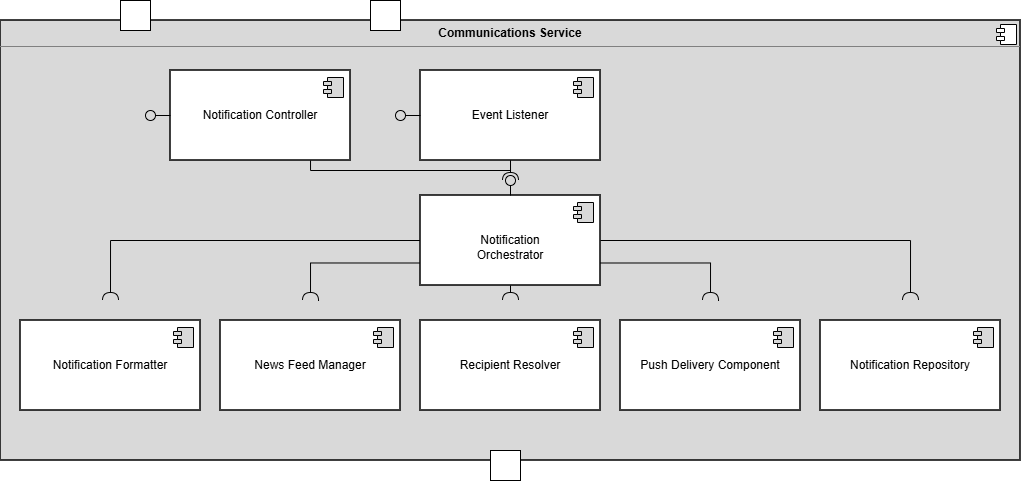
Earlier version of the draw.io export 04_QA_Review/Pending_Review/ES_M1_Team6_NotificationNews.drawio.png (JmmonJeremy/CareerBound-SDD). Source tidied: cells renumbered, new cells last; positions are measured from the earlier drawing's top-left corner, leaving out a move shared by most shapes.
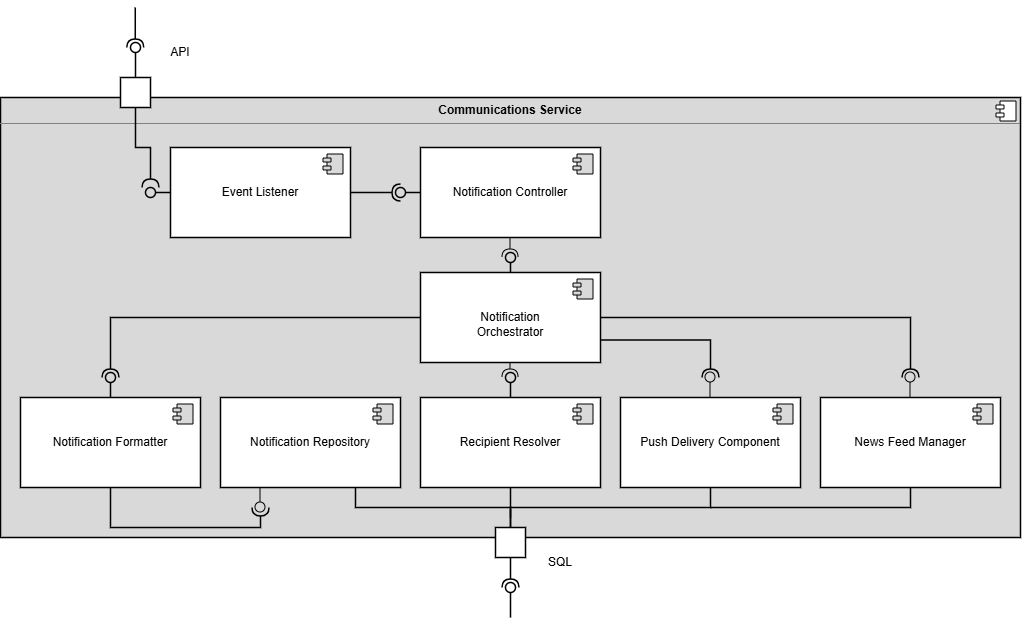
After the change.

Commit message:
communications service

Diff of the diagram source:
```diff
@@ -10,15 +10,7 @@
         <mxPoint x="-24" y="4" as="offset" />
       </mxGeometry>
     </mxCell>
-    <mxCell id="4" style="edgeStyle=orthogonalEdgeStyle;rounded=0;jettySize=auto;html=1;endArrow=none;endFill=0;" parent="1" edge="1" source="5">
-      <mxGeometry relative="1" as="geometry">
-        <mxPoint x="510" y="160" as="targetPoint" />
-        <Array as="points">
-          <mxPoint x="310" y="170" />
-        </Array>
-      </mxGeometry>
-    </mxCell>
-    <mxCell id="5" value="&lt;div&gt;Notification Controller&lt;/div&gt;" style="html=1;whiteSpace=wrap;strokeWidth=1.5;" parent="1" vertex="1">
+    <mxCell id="5" value="Event Listener" style="html=1;whiteSpace=wrap;strokeWidth=1.5;" parent="1" vertex="1">
       <mxGeometry x="170" y="70" width="180" height="90" as="geometry" />
     </mxCell>
     <mxCell id="6" style="shape=module;jettyWidth=8;jettyHeight=4;fillColor=#D9D9D9;" parent="5" vertex="1">
@@ -26,7 +18,7 @@
         <mxPoint x="-27" y="7" as="offset" />
       </mxGeometry>
     </mxCell>
-    <mxCell id="7" value="&lt;div&gt;Event Listener&lt;/div&gt;" style="html=1;whiteSpace=wrap;strokeWidth=1.5;" parent="1" vertex="1">
+    <mxCell id="7" value="Notification Controller" style="html=1;whiteSpace=wrap;strokeWidth=1.5;" parent="1" vertex="1">
       <mxGeometry x="420" y="70" width="180" height="90" as="geometry" />
     </mxCell>
     <mxCell id="8" style="shape=module;jettyWidth=8;jettyHeight=4;fillColor=#D9D9D9;" parent="7" vertex="1">
@@ -34,14 +26,19 @@
         <mxPoint x="-27" y="7" as="offset" />
       </mxGeometry>
     </mxCell>
-    <mxCell id="9" style="edgeStyle=orthogonalEdgeStyle;rounded=0;jettySize=auto;html=1;endArrow=halfCircle;endFill=0;" parent="1" edge="1" source="14">
+    <mxCell id="9" style="edgeStyle=orthogonalEdgeStyle;rounded=0;jettySize=auto;html=1;endArrow=halfCircle;endFill=0;strokeWidth=1.5;" parent="1" edge="1" source="14">
       <mxGeometry relative="1" as="geometry">
         <mxPoint x="110" y="300" as="targetPoint" />
       </mxGeometry>
     </mxCell>
-    <mxCell id="10" style="edgeStyle=orthogonalEdgeStyle;rounded=0;jettySize=auto;html=1;exitX=0;exitY=0.75;exitDx=0;exitDy=0;endArrow=halfCircle;endFill=0;" parent="1" edge="1" source="14">
+    <mxCell id="10" style="edgeStyle=orthogonalEdgeStyle;rounded=0;jettySize=auto;html=1;endArrow=halfCircle;endFill=0;exitX=0.5;exitY=1;exitDx=0;exitDy=0;strokeWidth=1.5;" parent="1" edge="1" source="22">
       <mxGeometry relative="1" as="geometry">
-        <mxPoint x="310" y="300" as="targetPoint" />
+        <mxPoint x="260" y="430" as="targetPoint" />
+        <Array as="points">
+          <mxPoint x="110" y="450" />
+          <mxPoint x="260" y="450" />
+          <mxPoint x="260" y="430" />
+        </Array>
       </mxGeometry>
     </mxCell>
     <mxCell id="11" style="edgeStyle=orthogonalEdgeStyle;rounded=0;jettySize=auto;html=1;exitX=0.5;exitY=1;exitDx=0;exitDy=0;endArrow=halfCircle;endFill=0;" parent="1" edge="1" source="14">
@@ -49,12 +46,12 @@
         <mxPoint x="510" y="300" as="targetPoint" />
       </mxGeometry>
     </mxCell>
-    <mxCell id="12" style="edgeStyle=orthogonalEdgeStyle;rounded=0;jettySize=auto;html=1;exitX=1;exitY=0.75;exitDx=0;exitDy=0;endArrow=halfCircle;endFill=0;" parent="1" edge="1" source="14">
+    <mxCell id="12" style="edgeStyle=orthogonalEdgeStyle;rounded=0;jettySize=auto;html=1;exitX=1;exitY=0.75;exitDx=0;exitDy=0;endArrow=halfCircle;endFill=0;strokeWidth=1.5;" parent="1" edge="1" source="14">
       <mxGeometry relative="1" as="geometry">
         <mxPoint x="710" y="300" as="targetPoint" />
       </mxGeometry>
     </mxCell>
-    <mxCell id="13" style="edgeStyle=orthogonalEdgeStyle;rounded=0;jettySize=auto;html=1;exitX=1;exitY=0.5;exitDx=0;exitDy=0;endArrow=halfCircle;endFill=0;" parent="1" edge="1" source="14">
+    <mxCell id="13" style="edgeStyle=orthogonalEdgeStyle;rounded=0;jettySize=auto;html=1;exitX=1;exitY=0.5;exitDx=0;exitDy=0;endArrow=halfCircle;endFill=0;strokeWidth=1.5;" parent="1" edge="1" source="14">
       <mxGeometry relative="1" as="geometry">
         <mxPoint x="910" y="300" as="targetPoint" />
       </mxGeometry>
@@ -67,8 +64,16 @@
         <mxPoint x="-27" y="7" as="offset" />
       </mxGeometry>
     </mxCell>
+    <mxCell id="35" style="edgeStyle=orthogonalEdgeStyle;rounded=0;jettySize=auto;html=1;endArrow=none;endFill=0;strokeWidth=1.5;" parent="1" edge="1" source="16">
+      <mxGeometry relative="1" as="geometry">
+        <mxPoint x="710" y="430" as="targetPoint" />
+        <Array as="points">
+          <mxPoint x="910" y="430" />
+        </Array>
+      </mxGeometry>
+    </mxCell>
     <mxCell id="16" value="&lt;span style=&quot;background-color: transparent; color: light-dark(rgb(0, 0, 0), rgb(255, 255, 255));&quot;&gt;News Feed Manager&lt;/span&gt;" style="html=1;whiteSpace=wrap;strokeWidth=1.5;" parent="1" vertex="1">
-      <mxGeometry x="220" y="320" width="180" height="90" as="geometry" />
+      <mxGeometry x="820" y="320" width="180" height="90" as="geometry" />
     </mxCell>
     <mxCell id="17" style="shape=module;jettyWidth=8;jettyHeight=4;fillColor=#D9D9D9;" parent="16" vertex="1">
       <mxGeometry x="1" width="20" height="20" relative="1" as="geometry">
@@ -83,6 +88,15 @@
         <mxPoint x="-27" y="7" as="offset" />
       </mxGeometry>
     </mxCell>
+    <mxCell id="36" style="edgeStyle=orthogonalEdgeStyle;rounded=0;jettySize=auto;html=1;endArrow=none;endFill=0;strokeWidth=1.5;" parent="1" edge="1" source="20">
+      <mxGeometry relative="1" as="geometry">
+        <mxPoint x="510" y="440" as="targetPoint" />
+        <Array as="points">
+          <mxPoint x="710" y="430" />
+          <mxPoint x="510" y="430" />
+        </Array>
+      </mxGeometry>
+    </mxCell>
     <mxCell id="20" value="&lt;span style=&quot;background-color: transparent; color: light-dark(rgb(0, 0, 0), rgb(255, 255, 255));&quot;&gt;Push Delivery Component&lt;/span&gt;" style="html=1;whiteSpace=wrap;strokeWidth=1.5;" parent="1" vertex="1">
       <mxGeometry x="620" y="320" width="180" height="90" as="geometry" />
     </mxCell>
@@ -99,15 +113,18 @@
         <mxPoint x="-27" y="7" as="offset" />
       </mxGeometry>
     </mxCell>
+    <mxCell id="37" style="edgeStyle=orthogonalEdgeStyle;rounded=0;jettySize=auto;html=1;exitX=0.75;exitY=1;exitDx=0;exitDy=0;endArrow=none;endFill=0;strokeWidth=1.5;" parent="1" edge="1" source="24" target="2">
+      <mxGeometry relative="1" as="geometry" />
+    </mxCell>
     <mxCell id="24" value="&lt;div&gt;Notification Repository&lt;/div&gt;" style="html=1;whiteSpace=wrap;strokeWidth=1.5;" parent="1" vertex="1">
-      <mxGeometry x="820" y="320" width="180" height="90" as="geometry" />
+      <mxGeometry x="220" y="320" width="180" height="90" as="geometry" />
     </mxCell>
     <mxCell id="25" style="shape=module;jettyWidth=8;jettyHeight=4;fillColor=#D9D9D9;" parent="24" vertex="1">
       <mxGeometry x="1" width="20" height="20" relative="1" as="geometry">
         <mxPoint x="-27" y="7" as="offset" />
       </mxGeometry>
     </mxCell>
-    <mxCell id="26" style="rounded=0;jettySize=auto;html=1;endArrow=oval;endFill=0;sketch=0;sourcePerimeterSpacing=0;targetPerimeterSpacing=0;endSize=10;exitX=0;exitY=0.5;exitDx=0;exitDy=0;" parent="1" edge="1" source="7">
+    <mxCell id="26" style="rounded=0;jettySize=auto;html=1;endArrow=oval;endFill=0;sketch=0;sourcePerimeterSpacing=0;targetPerimeterSpacing=0;endSize=10;exitX=0;exitY=0.5;exitDx=0;exitDy=0;strokeWidth=1.5;" parent="1" edge="1" source="7">
       <mxGeometry relative="1" as="geometry">
         <mxPoint x="400" y="115" as="targetPoint" />
       </mxGeometry>
@@ -115,23 +132,20 @@
     <mxCell id="27" style="ellipse;whiteSpace=wrap;html=1;align=center;fillColor=none;strokeColor=none;perimeter=centerPerimeter;" parent="1" vertex="1">
       <mxGeometry x="345" y="240" width="10" height="10" as="geometry" />
     </mxCell>
-    <mxCell id="28" style="rounded=0;jettySize=auto;html=1;endArrow=oval;endFill=0;sketch=0;sourcePerimeterSpacing=0;targetPerimeterSpacing=0;endSize=10;exitX=0;exitY=0.5;exitDx=0;exitDy=0;" parent="1" edge="1" source="5">
+    <mxCell id="28" style="rounded=0;jettySize=auto;html=1;endArrow=oval;endFill=0;sketch=0;sourcePerimeterSpacing=0;targetPerimeterSpacing=0;endSize=10;exitX=0;exitY=0.5;exitDx=0;exitDy=0;strokeWidth=1.5;" parent="1" edge="1" source="5">
       <mxGeometry relative="1" as="geometry">
         <mxPoint x="150" y="115" as="targetPoint" />
       </mxGeometry>
     </mxCell>
-    <mxCell id="29" style="rounded=0;whiteSpace=wrap;html=1;" parent="1" vertex="1">
-      <mxGeometry x="370" width="30" height="30" as="geometry" />
-    </mxCell>
-    <mxCell id="30" style="rounded=0;whiteSpace=wrap;html=1;" parent="1" vertex="1">
-      <mxGeometry x="490" y="450" width="30" height="30" as="geometry" />
+    <mxCell id="30" style="rounded=0;whiteSpace=wrap;html=1;strokeWidth=1.5;" parent="1" vertex="1">
+      <mxGeometry x="495" y="450" width="30" height="30" as="geometry" />
     </mxCell>
     <mxCell id="31" style="rounded=0;jettySize=auto;html=1;endArrow=halfCircle;endFill=0;endSize=6;strokeWidth=1;sketch=0;exitX=0.5;exitY=1;exitDx=0;exitDy=0;" parent="1" edge="1" source="7">
       <mxGeometry relative="1" as="geometry">
         <mxPoint x="510" y="180" as="targetPoint" />
       </mxGeometry>
     </mxCell>
-    <mxCell id="32" style="rounded=0;jettySize=auto;html=1;endArrow=oval;endFill=0;sketch=0;sourcePerimeterSpacing=0;targetPerimeterSpacing=0;endSize=10;exitX=0.5;exitY=0;exitDx=0;exitDy=0;" parent="1" edge="1" source="14">
+    <mxCell id="32" style="rounded=0;jettySize=auto;html=1;endArrow=oval;endFill=0;sketch=0;sourcePerimeterSpacing=0;targetPerimeterSpacing=0;endSize=10;exitX=0.5;exitY=0;exitDx=0;exitDy=0;strokeWidth=1.5;" parent="1" edge="1" source="14">
       <mxGeometry relative="1" as="geometry">
         <mxPoint x="510" y="180" as="targetPoint" />
       </mxGeometry>
@@ -139,8 +153,85 @@
     <mxCell id="33" style="ellipse;whiteSpace=wrap;html=1;align=center;fillColor=none;strokeColor=none;perimeter=centerPerimeter;" parent="1" vertex="1">
       <mxGeometry x="515" y="230" width="10" height="10" as="geometry" />
     </mxCell>
-    <mxCell id="34" style="rounded=0;whiteSpace=wrap;html=1;" parent="1" vertex="1">
+    <mxCell id="34" style="rounded=0;whiteSpace=wrap;html=1;strokeWidth=1.5;" parent="1" vertex="1">
       <mxGeometry x="120" width="30" height="30" as="geometry" />
     </mxCell>
+    <mxCell id="38" style="rounded=0;jettySize=auto;html=1;endArrow=halfCircle;endFill=0;endSize=6;strokeWidth=1.5;sketch=0;fontSize=12;exitX=0.5;exitY=1;exitDx=0;exitDy=0;edgeStyle=orthogonalEdgeStyle;" parent="1" edge="1" source="34">
+      <mxGeometry relative="1" as="geometry">
+        <mxPoint x="150" y="110" as="targetPoint" />
+      </mxGeometry>
+    </mxCell>
+    <mxCell id="39" style="ellipse;whiteSpace=wrap;html=1;align=center;fillColor=none;strokeColor=none;perimeter=centerPerimeter;" parent="1" vertex="1">
+      <mxGeometry x="510" y="230" width="10" height="10" as="geometry" />
+    </mxCell>
+    <mxCell id="40" style="rounded=0;jettySize=auto;html=1;endArrow=halfCircle;endFill=0;endSize=6;strokeWidth=1.5;sketch=0;fontSize=12;exitX=1;exitY=0.5;exitDx=0;exitDy=0;edgeStyle=orthogonalEdgeStyle;" parent="1" edge="1" source="5">
+      <mxGeometry relative="1" as="geometry">
+        <mxPoint x="400" y="115" as="targetPoint" />
+      </mxGeometry>
+    </mxCell>
+    <mxCell id="41" style="rounded=0;orthogonalLoop=1;jettySize=auto;html=1;endArrow=oval;endFill=0;sketch=0;sourcePerimeterSpacing=0;targetPerimeterSpacing=0;endSize=10;strokeWidth=1.5;" parent="1" edge="1">
+      <mxGeometry relative="1" as="geometry">
+        <mxPoint x="110" y="320" as="sourcePoint" />
+        <mxPoint x="110" y="300" as="targetPoint" />
+      </mxGeometry>
+    </mxCell>
+    <mxCell id="42" style="rounded=0;jettySize=auto;html=1;endArrow=oval;endFill=0;sketch=0;sourcePerimeterSpacing=0;targetPerimeterSpacing=0;endSize=10;exitX=0.5;exitY=0;exitDx=0;exitDy=0;" parent="1" edge="1" source="16">
+      <mxGeometry relative="1" as="geometry">
+        <mxPoint x="910" y="300" as="targetPoint" />
+      </mxGeometry>
+    </mxCell>
+    <mxCell id="43" style="rounded=0;jettySize=auto;html=1;endArrow=oval;endFill=0;sketch=0;sourcePerimeterSpacing=0;targetPerimeterSpacing=0;endSize=10;exitX=0.5;exitY=0;exitDx=0;exitDy=0;strokeWidth=1.5;" parent="1" edge="1" source="18">
+      <mxGeometry relative="1" as="geometry">
+        <mxPoint x="510" y="300" as="targetPoint" />
+      </mxGeometry>
+    </mxCell>
+    <mxCell id="44" style="rounded=0;orthogonalLoop=1;jettySize=auto;html=1;endArrow=oval;endFill=0;sketch=0;sourcePerimeterSpacing=0;targetPerimeterSpacing=0;endSize=10;" parent="1" edge="1">
+      <mxGeometry relative="1" as="geometry">
+        <mxPoint x="260" y="410" as="sourcePoint" />
+        <mxPoint x="260" y="430" as="targetPoint" />
+      </mxGeometry>
+    </mxCell>
+    <mxCell id="45" style="rounded=0;jettySize=auto;html=1;endArrow=oval;endFill=0;sketch=0;sourcePerimeterSpacing=0;targetPerimeterSpacing=0;endSize=10;exitX=0.5;exitY=0;exitDx=0;exitDy=0;" parent="1" edge="1" source="20">
+      <mxGeometry relative="1" as="geometry">
+        <mxPoint x="710" y="300" as="targetPoint" />
+      </mxGeometry>
+    </mxCell>
+    <mxCell id="46" style="endArrow=none;html=1;rounded=0;entryX=0.5;entryY=0;entryDx=0;entryDy=0;exitX=0.5;exitY=1;exitDx=0;exitDy=0;strokeWidth=1.5;" parent="1" edge="1" source="18" target="30">
+      <mxGeometry relative="1" as="geometry" />
+    </mxCell>
+    <mxCell id="47" style="rounded=0;jettySize=auto;html=1;endArrow=halfCircle;endFill=0;endSize=6;strokeWidth=1.5;sketch=0;exitX=0.5;exitY=1;exitDx=0;exitDy=0;" parent="1" edge="1" source="30">
+      <mxGeometry relative="1" as="geometry">
+        <mxPoint x="510" y="510" as="targetPoint" />
+      </mxGeometry>
+    </mxCell>
+    <mxCell id="48" style="rounded=0;orthogonalLoop=1;jettySize=auto;html=1;endArrow=oval;endFill=0;sketch=0;sourcePerimeterSpacing=0;targetPerimeterSpacing=0;endSize=10;strokeWidth=1.5;" parent="1" edge="1">
+      <mxGeometry relative="1" as="geometry">
+        <mxPoint x="510" y="540" as="sourcePoint" />
+        <mxPoint x="510" y="510" as="targetPoint" />
+      </mxGeometry>
+    </mxCell>
+    <mxCell id="49" style="ellipse;whiteSpace=wrap;html=1;align=center;fillColor=none;strokeColor=none;perimeter=centerPerimeter;" parent="1" vertex="1">
+      <mxGeometry x="485" y="520" width="10" height="10" as="geometry" />
+    </mxCell>
+    <mxCell id="50" style="rounded=0;orthogonalLoop=1;jettySize=auto;html=1;endArrow=halfCircle;endFill=0;endSize=6;strokeWidth=1.5;sketch=0;" parent="1" edge="1">
+      <mxGeometry relative="1" as="geometry">
+        <mxPoint x="134.8" y="-70" as="sourcePoint" />
+        <mxPoint x="134.8" y="-30" as="targetPoint" />
+      </mxGeometry>
+    </mxCell>
+    <mxCell id="51" style="rounded=0;jettySize=auto;html=1;endArrow=oval;endFill=0;sketch=0;sourcePerimeterSpacing=0;targetPerimeterSpacing=0;endSize=10;exitX=0.5;exitY=0;exitDx=0;exitDy=0;strokeWidth=1.5;" parent="1" edge="1" source="34">
+      <mxGeometry relative="1" as="geometry">
+        <mxPoint x="135" y="-30" as="targetPoint" />
+      </mxGeometry>
+    </mxCell>
+    <mxCell id="52" style="ellipse;whiteSpace=wrap;html=1;align=center;fillColor=none;strokeColor=none;perimeter=centerPerimeter;" parent="1" vertex="1">
+      <mxGeometry x="515" y="160" width="10" height="10" as="geometry" />
+    </mxCell>
+    <mxCell id="53" value="API" style="text;html=1;whiteSpace=wrap;strokeColor=none;fillColor=none;align=center;verticalAlign=middle;rounded=0;" parent="1" vertex="1">
+      <mxGeometry x="150" y="-40" width="60" height="30" as="geometry" />
+    </mxCell>
+    <mxCell id="54" value="SQL" style="text;html=1;whiteSpace=wrap;strokeColor=none;fillColor=none;align=center;verticalAlign=middle;rounded=0;" parent="1" vertex="1">
+      <mxGeometry x="530" y="470" width="60" height="30" as="geometry" />
+    </mxCell>
   </root>
 </mxGraphModel>
```
